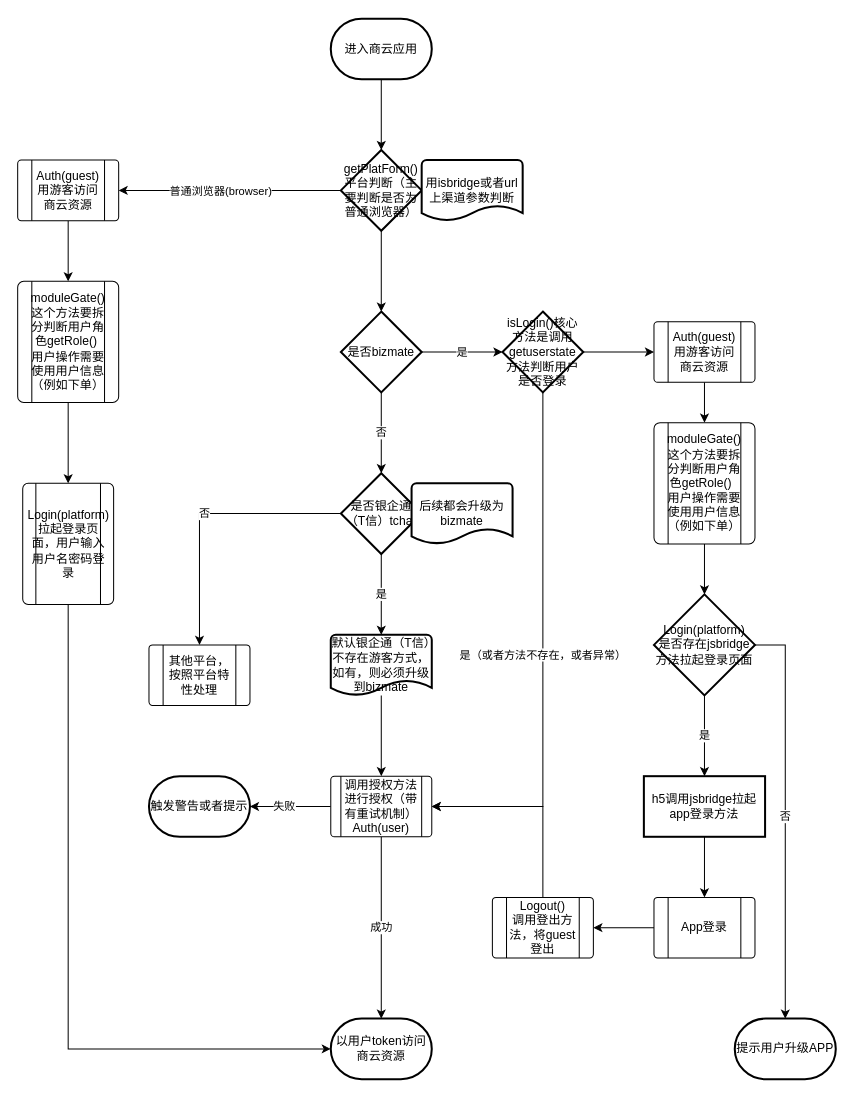
Before: B+.drawio in huturenji/drawio, a draw.io diagram. Source tidied: cells renumbered, new cells numbered last; positions are measured from the earlier drawing's top-left corner, leaving out a move shared by most shapes. Both pictures are drawn from the tidied source at 101%, with x=0, y=0 at pixel (17, 18).
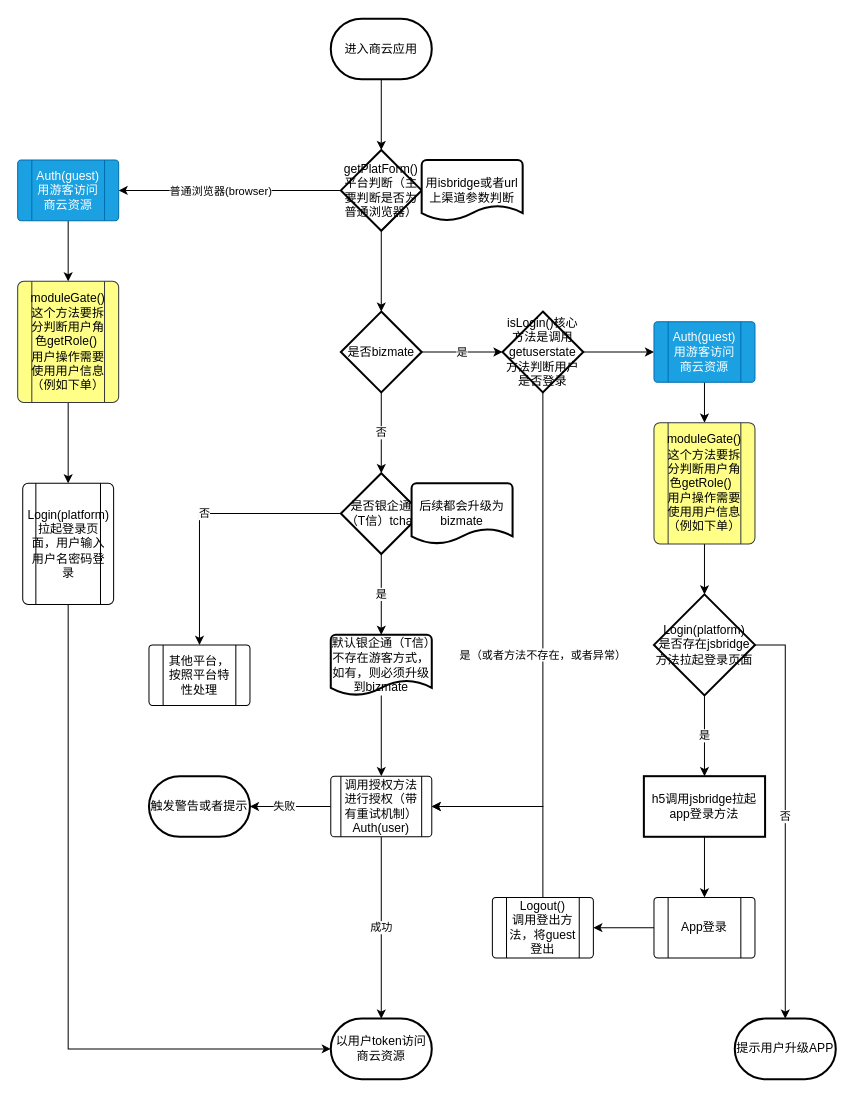
The same diagram, later.

What changed in the source:
```diff
@@
-    <mxCell id="27" value="&lt;div&gt;Auth(guest)&lt;/div&gt;&lt;div&gt;用游客访问商云资源&lt;/div&gt;" style="verticalLabelPosition=middle;verticalAlign=middle;html=1;shape=process;whiteSpace=wrap;rounded=1;size=0.14;arcSize=6;labelPosition=center;align=center;" parent="1" vertex="1">
+    <mxCell id="27" value="&lt;div&gt;Auth(guest)&lt;/div&gt;&lt;div&gt;用游客访问商云资源&lt;/div&gt;" style="verticalLabelPosition=middle;verticalAlign=middle;html=1;shape=process;whiteSpace=wrap;rounded=1;size=0.14;arcSize=6;labelPosition=center;align=center;labelBackgroundColor=none;fillColor=#1ba1e2;strokeColor=#006EAF;fontColor=#ffffff;" parent="1" vertex="1">
       <mxGeometry y="140" width="100" height="60" as="geometry" />
     </mxCell>
@@
-    <mxCell id="29" value="&lt;div&gt;moduleGate()这个方法要拆分判断用户角色getRole()&amp;nbsp;&lt;/div&gt;&lt;div&gt;用户操作需要使用用户信息（例如下单）&lt;/div&gt;" style="verticalLabelPosition=middle;verticalAlign=middle;html=1;shape=process;whiteSpace=wrap;rounded=1;size=0.14;arcSize=6;labelPosition=center;align=center;" parent="1" vertex="1">
+    <mxCell id="29" value="&lt;div&gt;moduleGate()这个方法要拆分判断用户角色getRole()&amp;nbsp;&lt;/div&gt;&lt;div&gt;用户操作需要使用用户信息（例如下单）&lt;/div&gt;" style="verticalLabelPosition=middle;verticalAlign=middle;html=1;shape=process;whiteSpace=wrap;rounded=1;size=0.14;arcSize=6;labelPosition=center;align=center;fillColor=#ffff88;strokeColor=#36393d;" parent="1" vertex="1">
       <mxGeometry y="260" width="100" height="120" as="geometry" />
     </mxCell>
@@
-    <mxCell id="34" value="&lt;div&gt;Auth(guest)&lt;/div&gt;&lt;div&gt;用游客访问商云资源&lt;/div&gt;" style="verticalLabelPosition=middle;verticalAlign=middle;html=1;shape=process;whiteSpace=wrap;rounded=1;size=0.14;arcSize=6;labelPosition=center;align=center;" parent="1" vertex="1">
+    <mxCell id="34" value="&lt;div&gt;Auth(guest)&lt;/div&gt;&lt;div&gt;用游客访问商云资源&lt;/div&gt;" style="verticalLabelPosition=middle;verticalAlign=middle;html=1;shape=process;whiteSpace=wrap;rounded=1;size=0.14;arcSize=6;labelPosition=center;align=center;fillColor=#1ba1e2;fontColor=#ffffff;strokeColor=#006EAF;" parent="1" vertex="1">
       <mxGeometry x="630" y="300" width="100" height="60" as="geometry" />
     </mxCell>
@@
-    <mxCell id="36" value="&lt;div&gt;moduleGate()&lt;/div&gt;&lt;div&gt;这个方法要拆分判断用户角色getRole()&amp;nbsp;&amp;nbsp;&lt;/div&gt;&lt;div&gt;用户操作需要使用用户信息（例如下单）&lt;/div&gt;" style="verticalLabelPosition=middle;verticalAlign=middle;html=1;shape=process;whiteSpace=wrap;rounded=1;size=0.14;arcSize=6;labelPosition=center;align=center;" parent="1" vertex="1">
+    <mxCell id="36" value="&lt;div&gt;moduleGate()&lt;/div&gt;&lt;div&gt;这个方法要拆分判断用户角色getRole()&amp;nbsp;&amp;nbsp;&lt;/div&gt;&lt;div&gt;用户操作需要使用用户信息（例如下单）&lt;/div&gt;" style="verticalLabelPosition=middle;verticalAlign=middle;html=1;shape=process;whiteSpace=wrap;rounded=1;size=0.14;arcSize=6;labelPosition=center;align=center;fillColor=#ffff88;strokeColor=#36393d;" parent="1" vertex="1">
       <mxGeometry x="630" y="400" width="100" height="120" as="geometry" />
     </mxCell>
```
